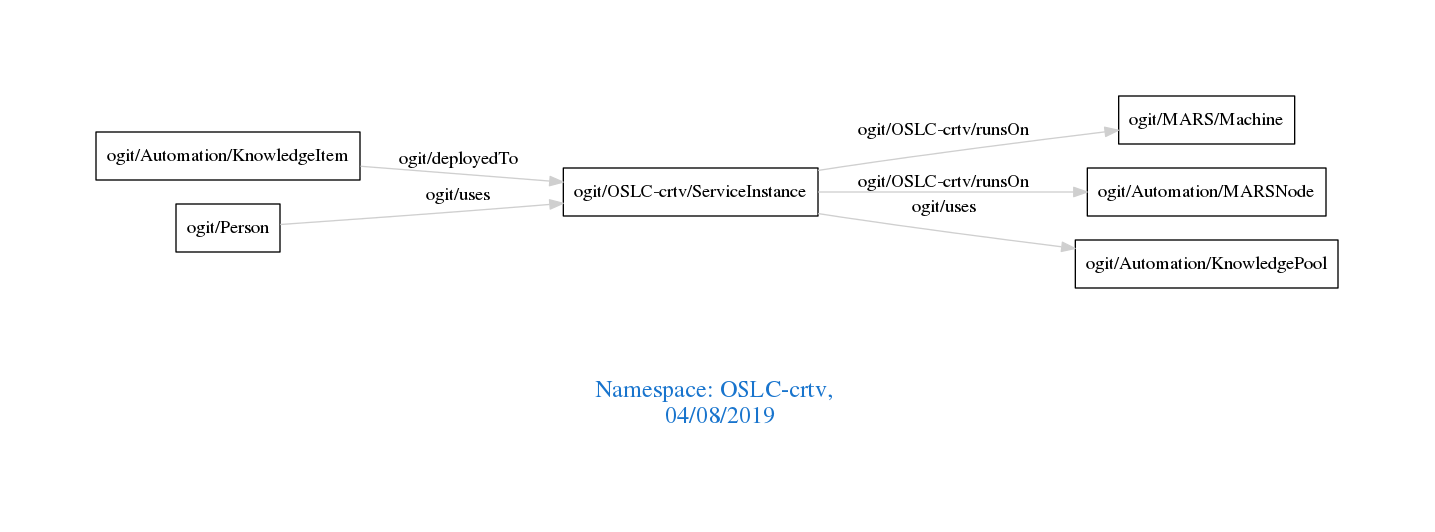
This is downloads/OSLC-crtv.png from arago/OGIT, a Graphviz export, as it was before one commit. Its source is kept beside it as downloads/OSLC-crtv.dot.
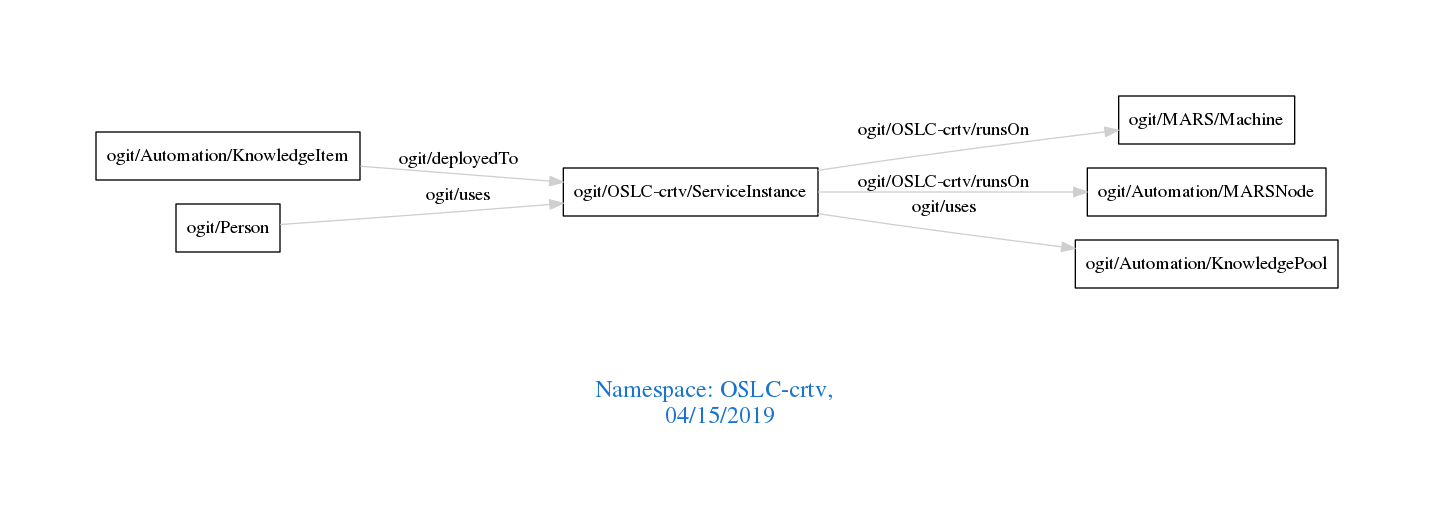
The same file after the commit.

Diff of the diagram source:
```diff
@@ -1,7 +1,7 @@
 digraph OGIT_ontology {
  graph [ rankdir= LR,pad=1
 fontsize = 18,
-fontcolor= dodgerblue3,label = "\n\n\nNamespace: OSLC-crtv, \n 04/08/2019"];
+fontcolor= dodgerblue3,label = "\n\n\nNamespace: OSLC-crtv, \n 04/15/2019"];
 node[shape=polygon];
 edge [  color="gray81"];
 
```
